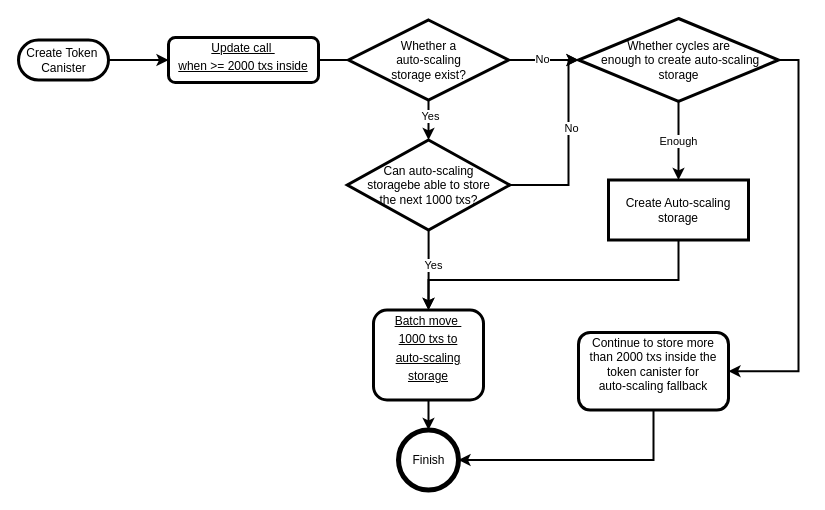
CBD-Group/CBP keeps this draw.io diagram as assets/cbp-0002/AutoScalingStorage.drawio. Above is the earlier version. Source tidied: cells renumbered, new cells numbered last; positions are measured from the earlier drawing's top-left corner, leaving out a move shared by most shapes. Both pictures are drawn from the tidied source at 100%, with x=0, y=0 at pixel (18, 18).
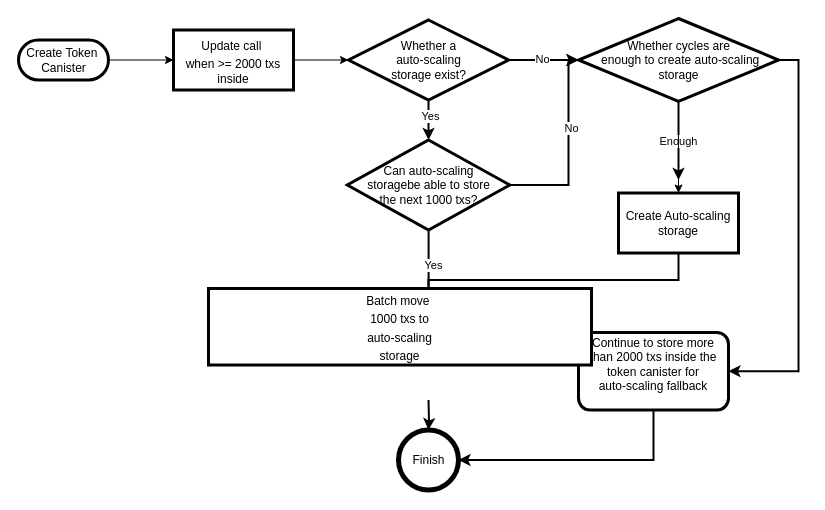
The same page after the edit.

Commit message (it also covers changes not shown here):
Improve: update flow chart

Unchanged cells that the change refers to:
```xml
<mxCell id="13" value="Whether cycles are&lt;br&gt;&amp;nbsp;enough&amp;nbsp;to create auto-scaling &lt;br&gt;storage" style="shape=rhombus;html=1;dashed=0;whitespace=wrap;perimeter=rhombusPerimeter;strokeWidth=3;" parent="1" vertex="1">
  <mxGeometry x="560" width="200" height="83" as="geometry" />
</mxCell>
<mxCell id="16" value="Whether&amp;nbsp;a &lt;br&gt;auto-scaling &lt;br&gt;storage&amp;nbsp;exist?" style="shape=rhombus;html=1;dashed=0;whitespace=wrap;perimeter=rhombusPerimeter;strokeWidth=3;" parent="1" vertex="1">
  <mxGeometry x="330" y="1.5" width="160" height="80" as="geometry" />
</mxCell>
<mxCell id="22" value="Can auto-scaling &lt;br&gt;storagebe able to store &lt;br&gt;the next 1000 txs?" style="shape=rhombus;html=1;dashed=0;whitespace=wrap;perimeter=rhombusPerimeter;strokeWidth=3;" parent="1" vertex="1">
  <mxGeometry x="328.8" y="121.5" width="162.5" height="90" as="geometry" />
</mxCell>
<mxCell id="23" value="&lt;span style=&quot;&quot;&gt;Create Token&amp;nbsp;&lt;/span&gt;&lt;br style=&quot;padding: 0px; margin: 0px;&quot;&gt;&lt;span style=&quot;&quot;&gt;Canister&lt;/span&gt;" style="html=1;dashed=0;whitespace=wrap;shape=mxgraph.dfd.start;strokeWidth=3;fontStyle=0;" parent="1" vertex="1">
  <mxGeometry y="21.5" width="90" height="40" as="geometry" />
</mxCell>
<mxCell id="24" value="Finish" style="shape=ellipse;html=1;dashed=0;whitespace=wrap;strokeWidth=5;perimeter=ellipsePerimeter;fontStyle=0;" parent="1" vertex="1">
  <mxGeometry x="380" y="411.5" width="60" height="60" as="geometry" />
</mxCell>
```

Change to the diagram source:
```diff
@@
-    <mxCell id="2" value="&lt;p style=&quot;margin: 0px ; margin-top: 4px ; text-align: center ; text-decoration: underline&quot;&gt;Update call&amp;nbsp;&lt;/p&gt;&lt;p style=&quot;margin: 0px ; margin-top: 4px ; text-align: center ; text-decoration: underline&quot;&gt;when &amp;gt;= 2000 txs inside&lt;br&gt;&lt;br&gt;&lt;/p&gt;" style="verticalAlign=middle;align=center;overflow=fill;fontSize=12;fontFamily=Helvetica;html=1;rounded=1;fontStyle=0;strokeWidth=3;fillColor=none;" parent="1" vertex="1">
-      <mxGeometry x="150" y="19" width="150" height="45" as="geometry" />
-    </mxCell>
-    <mxCell id="3" style="edgeStyle=orthogonalEdgeStyle;rounded=0;jettySize=auto;html=1;strokeWidth=2;" parent="1" edge="1" source="4" target="24">
-      <mxGeometry relative="1" as="geometry" />
+    <mxCell id="3" style="edgeStyle=orthogonalEdgeStyle;rounded=0;jettySize=auto;html=1;strokeWidth=2;" parent="1" edge="1" target="24">
+      <mxGeometry relative="1" as="geometry">
+        <mxPoint x="410" y="381.5" as="sourcePoint" />
+      </mxGeometry>
     </mxCell>
-    <mxCell id="4" value="&lt;p style=&quot;margin: 0px ; margin-top: 4px ; text-align: center ; text-decoration: underline&quot;&gt;Batch move&amp;nbsp;&lt;/p&gt;&lt;p style=&quot;margin: 0px ; margin-top: 4px ; text-align: center ; text-decoration: underline&quot;&gt;1000 txs to&lt;/p&gt;&lt;p style=&quot;margin: 0px ; margin-top: 4px ; text-align: center ; text-decoration: underline&quot;&gt;auto-scaling&lt;/p&gt;&lt;p style=&quot;margin: 0px ; margin-top: 4px ; text-align: center ; text-decoration: underline&quot;&gt;storage&lt;/p&gt;" style="verticalAlign=middle;align=center;overflow=fill;fontSize=12;fontFamily=Helvetica;html=1;rounded=1;fontStyle=0;strokeWidth=3;fillColor=none;" parent="1" vertex="1">
-      <mxGeometry x="355" y="291.5" width="110" height="90" as="geometry" />
-    </mxCell>
-    <mxCell id="5" style="edgeStyle=orthogonalEdgeStyle;rounded=0;jettySize=auto;html=1;strokeWidth=2;exitX=0.5;exitY=1;exitDx=0;exitDy=0;" parent="1" edge="1" source="6">
+    <mxCell id="5" style="edgeStyle=orthogonalEdgeStyle;rounded=0;orthogonalLoop=1;jettySize=auto;html=1;strokeWidth=2;exitX=0.5;exitY=1;exitDx=0;exitDy=0;" parent="1" edge="1">
       <mxGeometry relative="1" as="geometry">
+        <mxPoint x="660" y="221.5" as="sourcePoint" />
         <mxPoint x="410" y="291.5" as="targetPoint" />
         <Array as="points">
           <mxPoint x="660" y="261.5" />
           <mxPoint x="410" y="261.5" />
         </Array>
       </mxGeometry>
     </mxCell>
-    <mxCell id="6" value="Create Auto-scaling storage" style="whiteSpace=wrap;align=center;verticalAlign=middle;fontStyle=0;strokeWidth=3;fillColor=none;" parent="1" vertex="1">
-      <mxGeometry x="590" y="161.5" width="140" height="60" as="geometry" />
-    </mxCell>
@@
-    <mxCell id="9" style="edgeStyle=none;noEdgeStyle=1;strokeWidth=2;fillColor=none;" parent="1" edge="1" target="2">
-      <mxGeometry relative="1" as="geometry">
-        <mxPoint x="90" y="41.5" as="sourcePoint" />
-      </mxGeometry>
-    </mxCell>
-    <mxCell id="10" style="edgeStyle=elbowEdgeStyle;elbow=horizontal;strokeWidth=2;fillColor=none;exitX=0.5;exitY=1;exitDx=0;exitDy=0;" parent="1" edge="1" source="13" target="6">
+    <mxCell id="10" style="edgeStyle=elbowEdgeStyle;elbow=horizontal;strokeWidth=2;fillColor=none;exitX=0.5;exitY=1;exitDx=0;exitDy=0;" parent="1" edge="1" source="13">
       <mxGeometry relative="1" as="geometry">
+        <mxPoint x="660" y="161.5" as="targetPoint" />
         <Array as="points">
           <mxPoint x="660" y="121.5" />
           <mxPoint x="390" y="171.5" />
           <mxPoint x="405" y="101.5" />
         </Array>
       </mxGeometry>
     </mxCell>
@@
+    <mxCell id="27" style="edgeStyle=none;rounded=0;html=1;" parent="1" edge="1" source="13" target="6">
+      <mxGeometry relative="1" as="geometry" />
+    </mxCell>
@@
-    <mxCell id="17" style="edgeStyle=none;noEdgeStyle=1;strokeWidth=2;fillColor=none;entryX=0;entryY=0.5;entryDx=0;entryDy=0;exitX=1;exitY=0.5;exitDx=0;exitDy=0;endArrow=none;" parent="1" edge="1" source="2" target="16">
-      <mxGeometry relative="1" as="geometry" />
-    </mxCell>
@@
-    <mxCell id="20" style="edgeStyle=orthogonalEdgeStyle;rounded=0;jettySize=auto;html=1;strokeWidth=2;" parent="1" edge="1" source="22" target="4">
-      <mxGeometry relative="1" as="geometry" />
+    <mxCell id="20" style="edgeStyle=orthogonalEdgeStyle;rounded=0;jettySize=auto;html=1;strokeWidth=2;" parent="1" edge="1" source="22">
+      <mxGeometry relative="1" as="geometry">
+        <mxPoint x="410" y="291.5" as="targetPoint" />
+      </mxGeometry>
     </mxCell>
@@
+    <mxCell id="28" style="edgeStyle=none;rounded=0;html=1;" parent="1" edge="1" source="23" target="2">
+      <mxGeometry relative="1" as="geometry" />
+    </mxCell>
@@
-    <mxCell id="26" value="&lt;p style=&quot;font-family: &amp;quot;helvetica&amp;quot; ; margin: 4px 0px 0px&quot;&gt;&lt;/p&gt;&lt;font face=&quot;helvetica&quot;&gt;Continue to store more &lt;br&gt;than 2000 txs inside the &lt;br&gt;token canister for &lt;br&gt;auto-scaling fallback&lt;/font&gt;" style="verticalAlign=middle;align=center;overflow=fill;fontSize=12;fontFamily=Helvetica;html=1;rounded=1;fontStyle=0;strokeWidth=3;fillColor=none;" parent="1" vertex="1">
+    <mxCell id="26" value="&lt;p style=&quot;font-family: &amp;quot;helvetica&amp;quot; ; margin: 4px 0px 0px&quot;&gt;&lt;/p&gt;&lt;font face=&quot;helvetica&quot;&gt;Continue to store more &lt;br&gt;than 2000 txs inside the &lt;br&gt;token canister for &lt;br&gt;auto-scaling fallback&lt;/font&gt;" style="verticalAlign=middle;align=center;overflow=fill;fontSize=12;fontFamily=Helvetica;html=1;rounded=1;fontStyle=0;strokeWidth=3;fillColor=default;" parent="1" vertex="1">
       <mxGeometry x="560" y="314" width="150" height="77.5" as="geometry" />
     </mxCell>
+    <mxCell id="17" style="edgeStyle=none;rounded=0;html=1;" parent="1" edge="1" source="2" target="16">
+      <mxGeometry relative="1" as="geometry" />
+    </mxCell>
+    <mxCell id="2" value="&lt;p style=&quot;margin: 4px 0px 0px&quot;&gt;Update call&amp;nbsp;&lt;/p&gt;&lt;p style=&quot;margin: 4px 0px 0px&quot;&gt;when &amp;gt;= 2000 txs inside&lt;br&gt;&lt;/p&gt;" style="whiteSpace=wrap;html=1;dashed=0;strokeWidth=3;fontStyle=0;" parent="1" vertex="1">
+      <mxGeometry x="155" y="11.5" width="120" height="60" as="geometry" />
+    </mxCell>
+    <mxCell id="6" value="&lt;span&gt;Create Auto-scaling storage&lt;/span&gt;" style="whiteSpace=wrap;html=1;dashed=0;strokeWidth=3;" parent="1" vertex="1">
+      <mxGeometry x="600" y="174.5" width="120" height="60" as="geometry" />
+    </mxCell>
+    <mxCell id="4" value="&lt;p style=&quot;margin: 4px 0px 0px&quot;&gt;Batch move&amp;nbsp;&lt;/p&gt;&lt;p style=&quot;margin: 4px 0px 0px&quot;&gt;1000 txs to&lt;/p&gt;&lt;p style=&quot;margin: 4px 0px 0px&quot;&gt;auto-scaling&lt;/p&gt;&lt;p style=&quot;margin: 4px 0px 0px&quot;&gt;storage&lt;/p&gt;" style="whiteSpace=wrap;html=1;dashed=0;strokeWidth=3;" parent="1" vertex="1">
+      <mxGeometry x="190" y="270" width="383" height="76.5" as="geometry" />
+    </mxCell>
```
